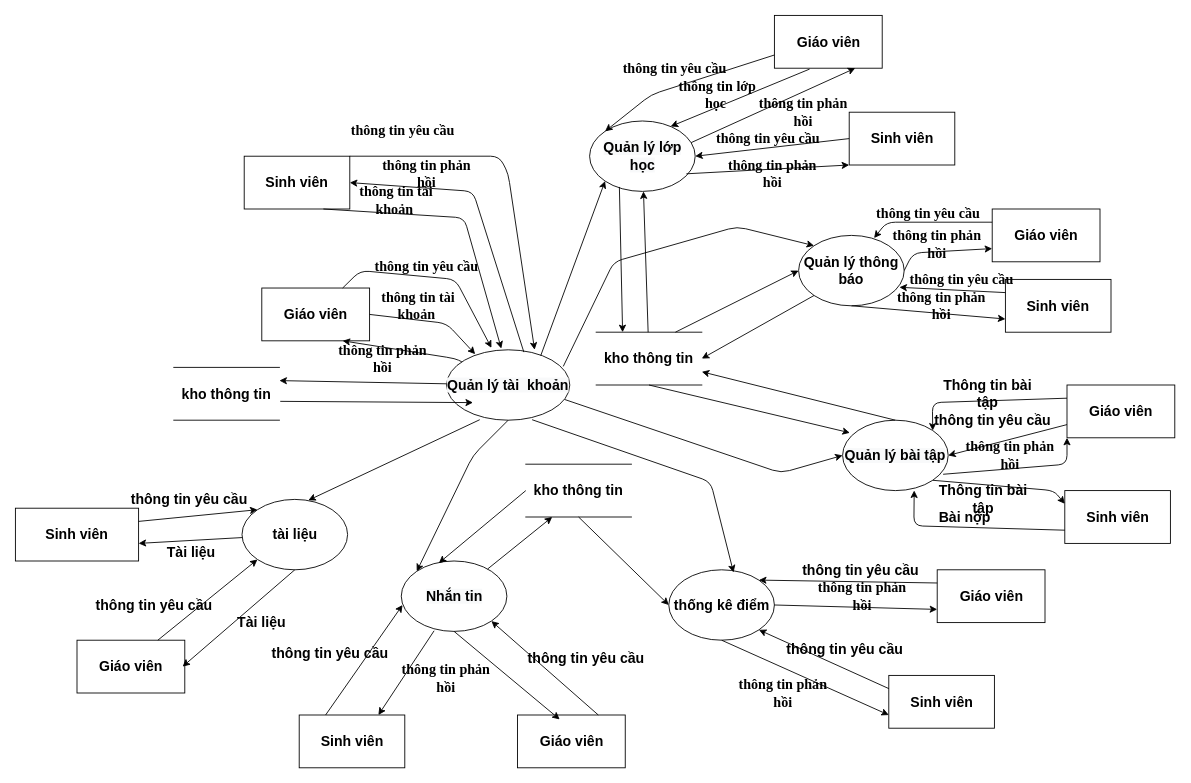
Before: Baocao/mucdinh.drawio in PTH-IT/DATN, a draw.io diagram. Source tidied: cells renumbered, new cells numbered last; positions are measured from the earlier drawing's top-left corner, leaving out a move shared by most shapes. Both pictures are drawn from the tidied source at 88%, with x=0, y=0 at pixel (15, 15).
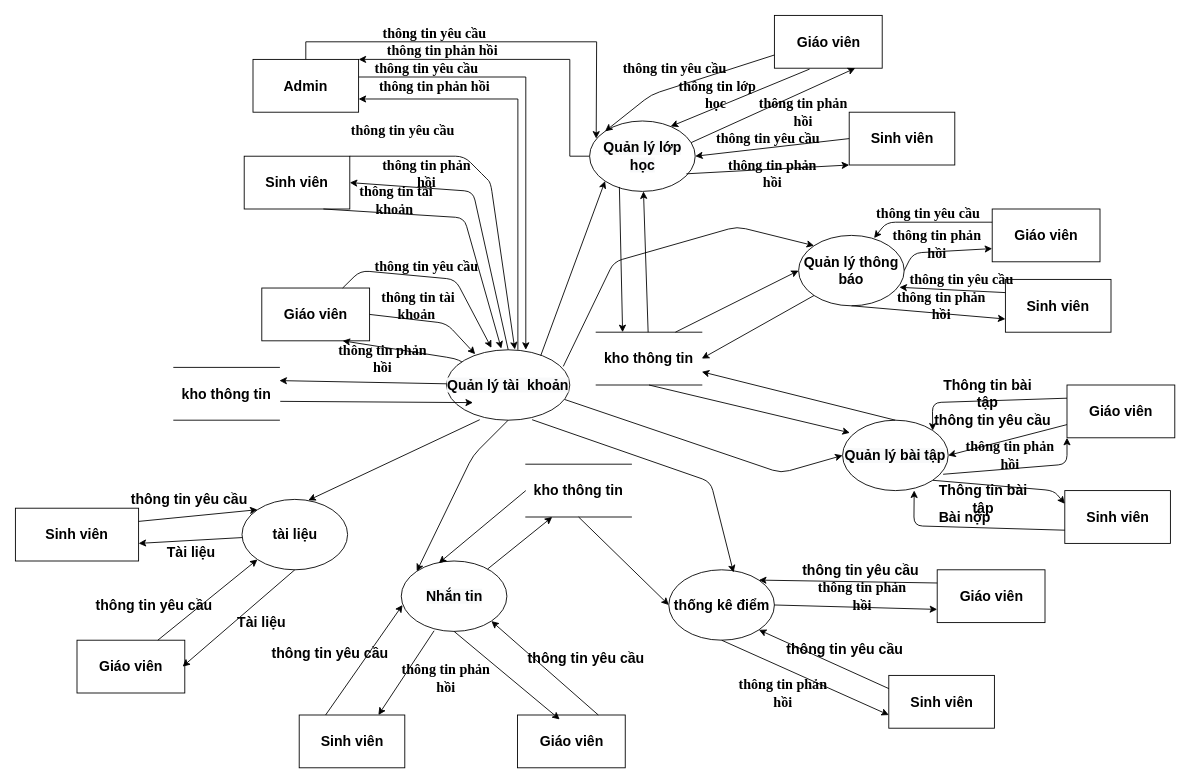
The same page after the edit.

The change refers to these unchanged cells:
```xml
<mxCell id="2" value="&#10;&#10;&lt;span style=&quot;color: rgb(0, 0, 0); font-family: helvetica; font-size: 16px; font-style: normal; letter-spacing: normal; text-align: center; text-indent: 0px; text-transform: none; word-spacing: 0px; background-color: rgb(248, 249, 250); display: inline; float: none;&quot;&gt;Quản lý tài&amp;nbsp; khoản&lt;/span&gt;&#10;&#10;" style="ellipse;whiteSpace=wrap;html=1;fontSize=16;fontStyle=1;" parent="1" vertex="1">
  <mxGeometry x="490" y="380" width="140" height="80" as="geometry" />
</mxCell>
<mxCell id="3" value="&#10;&#10;&lt;span style=&quot;color: rgb(0, 0, 0); font-family: helvetica; font-size: 16px; font-style: normal; letter-spacing: normal; text-align: center; text-indent: 0px; text-transform: none; word-spacing: 0px; background-color: rgb(248, 249, 250); display: inline; float: none;&quot;&gt;Quản lý lớp học&lt;/span&gt;&#10;&#10;" style="ellipse;whiteSpace=wrap;html=1;fontSize=16;fontStyle=1;" parent="1" vertex="1">
  <mxGeometry x="652.5" y="120" width="120" height="80" as="geometry" />
</mxCell>
<mxCell id="11" value="Sinh viên" style="rounded=0;whiteSpace=wrap;html=1;fontSize=16;fontStyle=1;" parent="1" vertex="1">
  <mxGeometry x="260" y="160" width="120" height="60" as="geometry" />
</mxCell>
```

The edit, as a diff of the source:
```diff
@@
+    <mxCell id="106" style="edgeStyle=orthogonalEdgeStyle;rounded=0;jettySize=auto;html=1;" parent="1" edge="1" source="3" target="109">
+      <mxGeometry relative="1" as="geometry">
+        <Array as="points">
+          <mxPoint x="630" y="160" />
+          <mxPoint x="630" y="50" />
+        </Array>
+      </mxGeometry>
+    </mxCell>
@@
-    <mxCell id="20" style="endArrow=classic;html=1;startArrow=none;exitX=1;exitY=0;exitDx=0;exitDy=0;fontSize=16;fontStyle=1;" parent="1" edge="1" source="11">
+    <mxCell id="20" style="endArrow=classic;html=1;startArrow=none;exitX=1;exitY=0;exitDx=0;exitDy=0;fontSize=16;fontStyle=1;entryX=0.554;entryY=-0.005;entryDx=0;entryDy=0;entryPerimeter=0;" parent="1" edge="1" source="11" target="2">
       <mxGeometry relative="1" as="geometry">
-        <mxPoint x="590" y="380" as="targetPoint" />
         <Array as="points">
-          <mxPoint x="550" y="160" />
-          <mxPoint x="560" y="180" />
+          <mxPoint x="510" y="160" />
+          <mxPoint x="530" y="180" />
+          <mxPoint x="540" y="190" />
         </Array>
       </mxGeometry>
     </mxCell>
-    <mxCell id="21" style="endArrow=classic;html=1;entryX=1;entryY=0.5;entryDx=0;entryDy=0;exitX=0.627;exitY=0.033;exitDx=0;exitDy=0;exitPerimeter=0;fontSize=16;fontStyle=1;" parent="1" edge="1" source="2" target="11">
+    <mxCell id="21" style="endArrow=classic;html=1;entryX=1;entryY=0.5;entryDx=0;entryDy=0;exitX=0.5;exitY=0;exitDx=0;exitDy=0;fontSize=16;fontStyle=1;" parent="1" edge="1" source="2" target="11">
       <mxGeometry relative="1" as="geometry">
         <Array as="points">
           <mxPoint x="520" y="200" />
         </Array>
       </mxGeometry>
     </mxCell>
@@
+    <mxCell id="107" style="edgeStyle=orthogonalEdgeStyle;rounded=0;jettySize=auto;html=1;" parent="1" edge="1" source="109">
+      <mxGeometry relative="1" as="geometry">
+        <mxPoint x="580" y="380" as="targetPoint" />
+        <Array as="points">
+          <mxPoint x="580" y="70" />
+        </Array>
+      </mxGeometry>
+    </mxCell>
+    <mxCell id="108" style="edgeStyle=orthogonalEdgeStyle;rounded=0;jettySize=auto;html=1;exitX=0.5;exitY=0;exitDx=0;exitDy=0;" parent="1" edge="1" source="109">
+      <mxGeometry relative="1" as="geometry">
+        <mxPoint x="660" y="140" as="targetPoint" />
+      </mxGeometry>
+    </mxCell>
+    <mxCell id="109" value="Admin" style="rounded=0;whiteSpace=wrap;html=1;fontSize=16;fontStyle=1;" parent="1" vertex="1">
+      <mxGeometry x="270" y="50" width="120" height="60" as="geometry" />
+    </mxCell>
+    <mxCell id="110" value="thông tin yêu cầu" style="text;html=1;strokeColor=none;fillColor=none;align=center;verticalAlign=middle;whiteSpace=wrap;rounded=0;fontFamily=Times New Roman;fontSize=16;fontStyle=1;" parent="1" vertex="1">
+      <mxGeometry x="405" y="50" width="125" height="20" as="geometry" />
+    </mxCell>
+    <mxCell id="111" style="edgeStyle=orthogonalEdgeStyle;rounded=0;jettySize=auto;html=1;entryX=1;entryY=0.75;entryDx=0;entryDy=0;" parent="1" edge="1" target="109">
+      <mxGeometry relative="1" as="geometry">
+        <mxPoint x="571" y="380" as="sourcePoint" />
+        <Array as="points">
+          <mxPoint x="571" y="95" />
+        </Array>
+      </mxGeometry>
+    </mxCell>
+    <mxCell id="112" value="thông tin phản hồi" style="text;html=1;strokeColor=none;fillColor=none;align=center;verticalAlign=middle;whiteSpace=wrap;rounded=0;fontFamily=Times New Roman;fontSize=16;fontStyle=1;" parent="1" vertex="1">
+      <mxGeometry x="405" y="70" width="143" height="20" as="geometry" />
+    </mxCell>
+    <mxCell id="113" value="thông tin yêu cầu" style="text;html=1;strokeColor=none;fillColor=none;align=center;verticalAlign=middle;whiteSpace=wrap;rounded=0;fontFamily=Times New Roman;fontSize=16;fontStyle=1;" parent="1" vertex="1">
+      <mxGeometry x="414" y="10" width="125" height="20" as="geometry" />
+    </mxCell>
+    <mxCell id="114" value="thông tin phản hồi" style="text;html=1;strokeColor=none;fillColor=none;align=center;verticalAlign=middle;whiteSpace=wrap;rounded=0;fontFamily=Times New Roman;fontSize=16;fontStyle=1;" parent="1" vertex="1">
+      <mxGeometry x="414" y="30" width="143" height="20" as="geometry" />
+    </mxCell>
```
